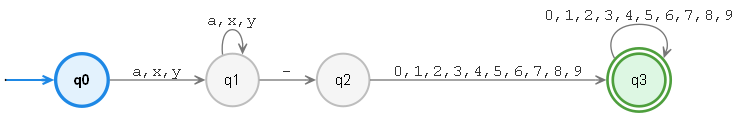
felipenegretevela-ui/implemetaci-n-de-m-todos keeps this Graphviz diagram as files/dfa.png. Above is the earlier version. Its source is kept beside it as files/dfa.dot.
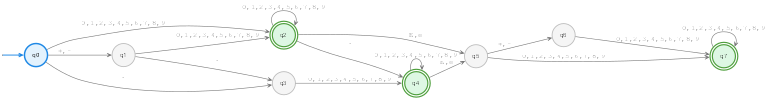
After the change.

Diff of the diagram source:
```diff
@@ -6,13 +6,27 @@
   qi [shape=point, width=0];
   "q0" [shape=circle, style=filled, fillcolor="#E3F2FD", color="#1E88E5", penwidth=2.5, fontname="Helvetica-Bold"];
   "q1" [shape=circle, style=filled, fillcolor="#F5F5F5", color="#BDBDBD", penwidth=1.5];
-  "q2" [shape=circle, style=filled, fillcolor="#F5F5F5", color="#BDBDBD", penwidth=1.5];
-  "q3" [shape=doublecircle, style=filled, fillcolor="#DDF7E3", color="#4E9F3D", penwidth=2];
+  "q2" [shape=doublecircle, style=filled, fillcolor="#DDF7E3", color="#4E9F3D", penwidth=2];
+  "q3" [shape=circle, style=filled, fillcolor="#F5F5F5", color="#BDBDBD", penwidth=1.5];
+  "q4" [shape=doublecircle, style=filled, fillcolor="#DDF7E3", color="#4E9F3D", penwidth=2];
+  "q5" [shape=circle, style=filled, fillcolor="#F5F5F5", color="#BDBDBD", penwidth=1.5];
+  "q6" [shape=circle, style=filled, fillcolor="#F5F5F5", color="#BDBDBD", penwidth=1.5];
+  "q7" [shape=doublecircle, style=filled, fillcolor="#DDF7E3", color="#4E9F3D", penwidth=2];
 
   qi -> "q0" [color="#1E88E5", penwidth=1.5];
-  "q0" -> "q1" [label="a,x,y"];
-  "q1" -> "q1" [label="a,x,y"];
-  "q1" -> "q2" [label="-"];
-  "q2" -> "q3" [label="0,1,2,3,4,5,6,7,8,9"];
-  "q3" -> "q3" [label="0,1,2,3,4,5,6,7,8,9"];
+  "q0" -> "q1" [label="+,-"];
+  "q0" -> "q2" [label="0,1,2,3,4,5,6,7,8,9"];
+  "q0" -> "q3" [label="."];
+  "q1" -> "q2" [label="0,1,2,3,4,5,6,7,8,9"];
+  "q1" -> "q3" [label="."];
+  "q2" -> "q4" [label="."];
+  "q2" -> "q2" [label="0,1,2,3,4,5,6,7,8,9"];
+  "q2" -> "q5" [label="E,e"];
+  "q3" -> "q4" [label="0,1,2,3,4,5,6,7,8,9"];
+  "q4" -> "q4" [label="0,1,2,3,4,5,6,7,8,9"];
+  "q4" -> "q5" [label="E,e"];
+  "q5" -> "q6" [label="+,-"];
+  "q5" -> "q7" [label="0,1,2,3,4,5,6,7,8,9"];
+  "q6" -> "q7" [label="0,1,2,3,4,5,6,7,8,9"];
+  "q7" -> "q7" [label="0,1,2,3,4,5,6,7,8,9"];
 }
```
